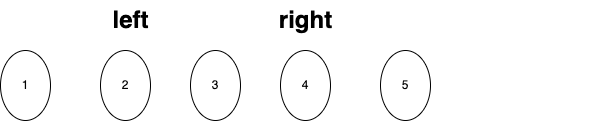
Before: 反转链表.drawio.png, a diagram exported from draw.io (Carolzhangzz/LeetCode_Data-Structure_and_Algorithm). Source tidied: cells renumbered, new cells last; positions are measured from the earlier drawing's top-left corner, leaving out a move shared by most shapes. The source it was exported from:
```xml
<mxGraphModel>
  <root>
    <mxCell id="0" />
    <mxCell id="1" parent="0" />
    <mxCell id="2" value="1" style="ellipse;whiteSpace=wrap;html=1;" parent="1" vertex="1">
      <mxGeometry y="50" width="50" height="70" as="geometry" />
    </mxCell>
    <mxCell id="3" value="2" style="ellipse;whiteSpace=wrap;html=1;" parent="1" vertex="1">
      <mxGeometry x="100" y="50" width="50" height="70" as="geometry" />
    </mxCell>
    <mxCell id="4" value="3" style="ellipse;whiteSpace=wrap;html=1;" parent="1" vertex="1">
      <mxGeometry x="190" y="50" width="50" height="70" as="geometry" />
    </mxCell>
    <mxCell id="5" value="4" style="ellipse;whiteSpace=wrap;html=1;" parent="1" vertex="1">
      <mxGeometry x="280" y="50" width="50" height="70" as="geometry" />
    </mxCell>
    <mxCell id="6" value="5" style="ellipse;whiteSpace=wrap;html=1;" parent="1" vertex="1">
      <mxGeometry x="380" y="50" width="50" height="70" as="geometry" />
    </mxCell>
    <mxCell id="7" value="left" style="text;strokeColor=none;fillColor=none;html=1;fontSize=24;fontStyle=1;verticalAlign=middle;align=center;" parent="1" vertex="1">
      <mxGeometry x="80" width="100" height="40" as="geometry" />
    </mxCell>
    <mxCell id="8" value="right" style="text;strokeColor=none;fillColor=none;html=1;fontSize=24;fontStyle=1;verticalAlign=middle;align=center;" parent="1" vertex="1">
      <mxGeometry x="255" width="100" height="40" as="geometry" />
    </mxCell>
    <mxCell id="9" value="&lt;div&gt;&lt;br&gt;&lt;/div&gt;" style="text;html=1;align=center;verticalAlign=middle;whiteSpace=wrap;rounded=0;" parent="1" vertex="1">
      <mxGeometry x="530" y="30" width="60" height="30" as="geometry" />
    </mxCell>
  </root>
</mxGraphModel>
```
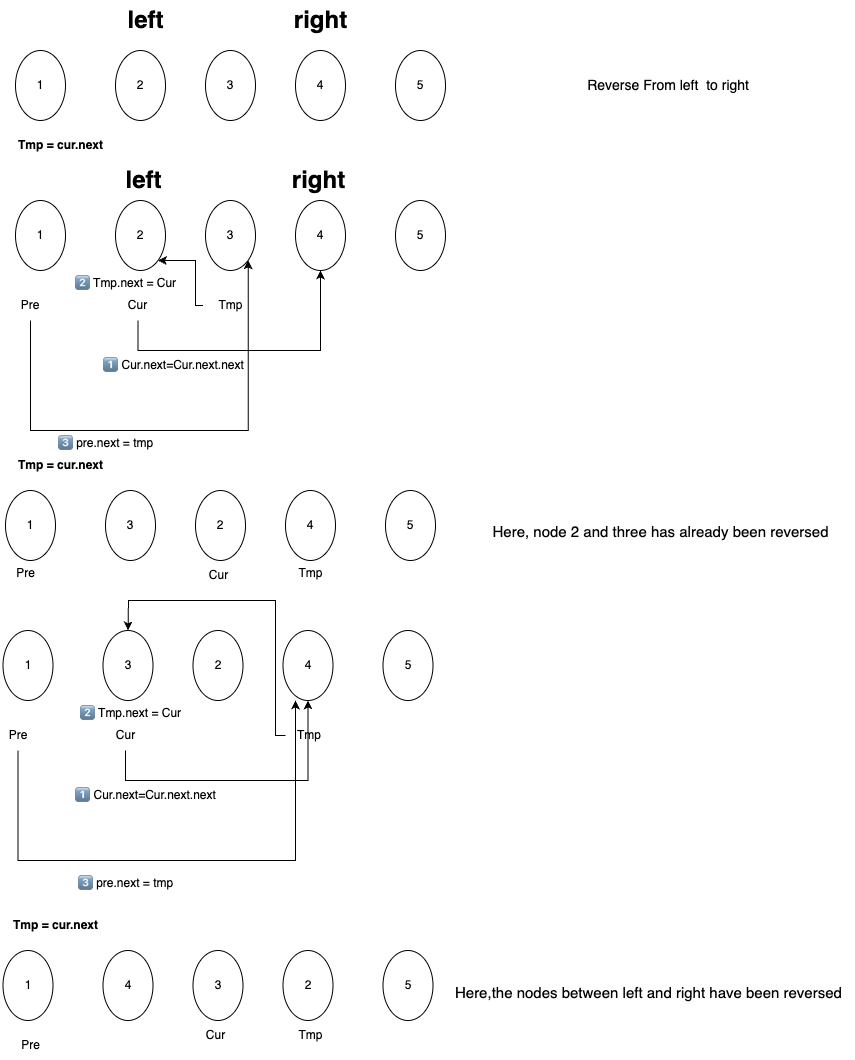
After the commit.

Commit message:
已添加 反转链表.drawio.png

The edit, as a diff of the source:
```diff
@@ -23,8 +23,192 @@
     <mxCell id="8" value="right" style="text;strokeColor=none;fillColor=none;html=1;fontSize=24;fontStyle=1;verticalAlign=middle;align=center;" parent="1" vertex="1">
       <mxGeometry x="255" width="100" height="40" as="geometry" />
     </mxCell>
-    <mxCell id="9" value="&lt;div&gt;&lt;br&gt;&lt;/div&gt;" style="text;html=1;align=center;verticalAlign=middle;whiteSpace=wrap;rounded=0;" parent="1" vertex="1">
-      <mxGeometry x="530" y="30" width="60" height="30" as="geometry" />
+    <mxCell id="9" value="&lt;div&gt;&lt;font style=&quot;font-size: 14px;&quot;&gt;Reverse From left&amp;nbsp; to right&amp;nbsp;&lt;/font&gt;&lt;/div&gt;" style="text;html=1;align=center;verticalAlign=middle;whiteSpace=wrap;rounded=0;" parent="1" vertex="1">
+      <mxGeometry x="540" y="70" width="230" height="30" as="geometry" />
     </mxCell>
+    <mxCell id="10" value="1" style="ellipse;whiteSpace=wrap;html=1;" parent="1" vertex="1">
+      <mxGeometry y="200" width="50" height="70" as="geometry" />
+    </mxCell>
+    <mxCell id="11" value="2" style="ellipse;whiteSpace=wrap;html=1;" parent="1" vertex="1">
+      <mxGeometry x="100" y="200" width="50" height="70" as="geometry" />
+    </mxCell>
+    <mxCell id="12" value="3" style="ellipse;whiteSpace=wrap;html=1;" parent="1" vertex="1">
+      <mxGeometry x="190" y="200" width="50" height="70" as="geometry" />
+    </mxCell>
+    <mxCell id="13" value="4" style="ellipse;whiteSpace=wrap;html=1;" parent="1" vertex="1">
+      <mxGeometry x="280" y="200" width="50" height="70" as="geometry" />
+    </mxCell>
+    <mxCell id="14" value="5" style="ellipse;whiteSpace=wrap;html=1;" parent="1" vertex="1">
+      <mxGeometry x="380" y="200" width="50" height="70" as="geometry" />
+    </mxCell>
+    <mxCell id="15" style="edgeStyle=orthogonalEdgeStyle;rounded=0;jettySize=auto;html=1;" parent="1" edge="1" source="16" target="13">
+      <mxGeometry relative="1" as="geometry">
+        <Array as="points">
+          <mxPoint x="123" y="350" />
+          <mxPoint x="305" y="350" />
+        </Array>
+      </mxGeometry>
+    </mxCell>
+    <mxCell id="16" value="Cur" style="text;html=1;align=center;verticalAlign=middle;whiteSpace=wrap;rounded=0;" parent="1" vertex="1">
+      <mxGeometry x="95" y="290" width="55" height="30" as="geometry" />
+    </mxCell>
+    <mxCell id="17" style="edgeStyle=orthogonalEdgeStyle;rounded=0;jettySize=auto;html=1;entryX=1;entryY=1;entryDx=0;entryDy=0;" parent="1" edge="1" source="18" target="12">
+      <mxGeometry relative="1" as="geometry">
+        <Array as="points">
+          <mxPoint x="15" y="430" />
+          <mxPoint x="233" y="430" />
+        </Array>
+      </mxGeometry>
+    </mxCell>
+    <mxCell id="18" value="Pre" style="text;html=1;align=center;verticalAlign=middle;whiteSpace=wrap;rounded=0;" parent="1" vertex="1">
+      <mxGeometry y="290" width="30" height="30" as="geometry" />
+    </mxCell>
+    <mxCell id="19" value="Tmp" style="text;html=1;align=center;verticalAlign=middle;whiteSpace=wrap;rounded=0;" parent="1" vertex="1">
+      <mxGeometry x="187.5" y="290" width="55" height="30" as="geometry" />
+    </mxCell>
+    <mxCell id="20" value="left" style="text;strokeColor=none;fillColor=none;html=1;fontSize=24;fontStyle=1;verticalAlign=middle;align=center;" parent="1" vertex="1">
+      <mxGeometry x="77.5" y="160" width="100" height="40" as="geometry" />
+    </mxCell>
+    <mxCell id="21" value="right" style="text;strokeColor=none;fillColor=none;html=1;fontSize=24;fontStyle=1;verticalAlign=middle;align=center;" parent="1" vertex="1">
+      <mxGeometry x="252.5" y="160" width="100" height="40" as="geometry" />
+    </mxCell>
+    <mxCell id="22" value="1️⃣ Cur.next=Cur.next.next" style="text;html=1;align=center;verticalAlign=middle;strokeColor=none;fillColor=none;" parent="1" vertex="1">
+      <mxGeometry x="77.5" y="350" width="160" height="30" as="geometry" />
+    </mxCell>
+    <mxCell id="23" style="edgeStyle=orthogonalEdgeStyle;rounded=0;jettySize=auto;html=1;" parent="1" edge="1" source="19" target="11">
+      <mxGeometry relative="1" as="geometry">
+        <Array as="points">
+          <mxPoint x="180" y="305" />
+          <mxPoint x="180" y="260" />
+        </Array>
+      </mxGeometry>
+    </mxCell>
+    <mxCell id="24" value="2️⃣ Tmp.next = Cur&lt;div&gt;&lt;br&gt;&lt;/div&gt;" style="text;html=1;align=center;verticalAlign=middle;strokeColor=none;fillColor=none;" parent="1" vertex="1">
+      <mxGeometry x="50" y="270" width="120" height="40" as="geometry" />
+    </mxCell>
+    <mxCell id="25" value="3️⃣ pre.next = tmp&lt;div&gt;&lt;br&gt;&lt;/div&gt;" style="text;html=1;align=center;verticalAlign=middle;strokeColor=none;fillColor=none;" parent="1" vertex="1">
+      <mxGeometry x="30" y="430" width="120" height="40" as="geometry" />
+    </mxCell>
+    <mxCell id="26" value="1" style="ellipse;whiteSpace=wrap;html=1;" parent="1" vertex="1">
+      <mxGeometry x="-10" y="490" width="50" height="70" as="geometry" />
+    </mxCell>
+    <mxCell id="27" value="3" style="ellipse;whiteSpace=wrap;html=1;" parent="1" vertex="1">
+      <mxGeometry x="90" y="490" width="50" height="70" as="geometry" />
+    </mxCell>
+    <mxCell id="28" value="2" style="ellipse;whiteSpace=wrap;html=1;" parent="1" vertex="1">
+      <mxGeometry x="180" y="490" width="50" height="70" as="geometry" />
+    </mxCell>
+    <mxCell id="29" value="4" style="ellipse;whiteSpace=wrap;html=1;" parent="1" vertex="1">
+      <mxGeometry x="270" y="490" width="50" height="70" as="geometry" />
+    </mxCell>
+    <mxCell id="30" value="5" style="ellipse;whiteSpace=wrap;html=1;" parent="1" vertex="1">
+      <mxGeometry x="370" y="490" width="50" height="70" as="geometry" />
+    </mxCell>
+    <mxCell id="31" value="Pre" style="text;html=1;align=center;verticalAlign=middle;strokeColor=none;fillColor=none;" parent="1" vertex="1">
+      <mxGeometry x="-10" y="558" width="40" height="30" as="geometry" />
+    </mxCell>
+    <mxCell id="32" value="Tmp" style="text;html=1;align=center;verticalAlign=middle;strokeColor=none;fillColor=none;" parent="1" vertex="1">
+      <mxGeometry x="270" y="558" width="50" height="30" as="geometry" />
+    </mxCell>
+    <mxCell id="33" value="Cur" style="text;html=1;align=center;verticalAlign=middle;strokeColor=none;fillColor=none;" parent="1" vertex="1">
+      <mxGeometry x="182.5" y="560" width="40" height="30" as="geometry" />
+    </mxCell>
+    <mxCell id="34" value="&lt;b&gt;Tmp = cur.next&lt;/b&gt;" style="text;html=1;align=center;verticalAlign=middle;strokeColor=none;fillColor=none;" parent="1" vertex="1">
+      <mxGeometry x="-10" y="130" width="110" height="30" as="geometry" />
+    </mxCell>
+    <mxCell id="35" value="&lt;b&gt;Tmp = cur.next&lt;/b&gt;" style="text;html=1;align=center;verticalAlign=middle;strokeColor=none;fillColor=none;" parent="1" vertex="1">
+      <mxGeometry x="-10" y="450" width="110" height="30" as="geometry" />
+    </mxCell>
+    <mxCell id="36" value="&lt;font style=&quot;font-size: 15px;&quot;&gt;Here, node 2 and three has already been reversed&lt;/font&gt;&lt;div style=&quot;font-size: 15px;&quot;&gt;&lt;br&gt;&lt;/div&gt;" style="text;html=1;align=center;verticalAlign=middle;strokeColor=none;fillColor=none;" parent="1" vertex="1">
+      <mxGeometry x="465" y="515" width="360" height="50" as="geometry" />
+    </mxCell>
+    <mxCell id="37" value="1" style="ellipse;whiteSpace=wrap;html=1;" parent="1" vertex="1">
+      <mxGeometry x="-12.5" y="630" width="50" height="70" as="geometry" />
+    </mxCell>
+    <mxCell id="38" value="3" style="ellipse;whiteSpace=wrap;html=1;" parent="1" vertex="1">
+      <mxGeometry x="87.5" y="630" width="50" height="70" as="geometry" />
+    </mxCell>
+    <mxCell id="39" value="2" style="ellipse;whiteSpace=wrap;html=1;" parent="1" vertex="1">
+      <mxGeometry x="177.5" y="630" width="50" height="70" as="geometry" />
+    </mxCell>
+    <mxCell id="40" value="4" style="ellipse;whiteSpace=wrap;html=1;" parent="1" vertex="1">
+      <mxGeometry x="267.5" y="630" width="50" height="70" as="geometry" />
+    </mxCell>
+    <mxCell id="41" value="5" style="ellipse;whiteSpace=wrap;html=1;" parent="1" vertex="1">
+      <mxGeometry x="367.5" y="630" width="50" height="70" as="geometry" />
+    </mxCell>
+    <mxCell id="42" style="edgeStyle=orthogonalEdgeStyle;rounded=0;jettySize=auto;html=1;" parent="1" edge="1" source="43" target="40">
+      <mxGeometry relative="1" as="geometry">
+        <Array as="points">
+          <mxPoint x="110.5" y="780" />
+          <mxPoint x="292.5" y="780" />
+        </Array>
+      </mxGeometry>
+    </mxCell>
+    <mxCell id="43" value="Cur" style="text;html=1;align=center;verticalAlign=middle;whiteSpace=wrap;rounded=0;" parent="1" vertex="1">
+      <mxGeometry x="82.5" y="720" width="55" height="30" as="geometry" />
+    </mxCell>
+    <mxCell id="44" value="Pre" style="text;html=1;align=center;verticalAlign=middle;whiteSpace=wrap;rounded=0;" parent="1" vertex="1">
+      <mxGeometry x="-12.5" y="720" width="30" height="30" as="geometry" />
+    </mxCell>
+    <mxCell id="45" style="edgeStyle=orthogonalEdgeStyle;rounded=0;jettySize=auto;html=1;" parent="1" edge="1" source="46" target="38">
+      <mxGeometry relative="1" as="geometry">
+        <Array as="points">
+          <mxPoint x="260" y="735" />
+          <mxPoint x="260" y="600" />
+          <mxPoint x="113" y="600" />
+        </Array>
+      </mxGeometry>
+    </mxCell>
+    <mxCell id="46" value="Tmp" style="text;html=1;align=center;verticalAlign=middle;whiteSpace=wrap;rounded=0;" parent="1" vertex="1">
+      <mxGeometry x="270" y="720" width="47.5" height="30" as="geometry" />
+    </mxCell>
+    <mxCell id="47" value="1️⃣ Cur.next=Cur.next.next" style="text;html=1;align=center;verticalAlign=middle;strokeColor=none;fillColor=none;" parent="1" vertex="1">
+      <mxGeometry x="50" y="780" width="160" height="30" as="geometry" />
+    </mxCell>
+    <mxCell id="48" value="2️⃣ Tmp.next = Cur&lt;div&gt;&lt;br&gt;&lt;/div&gt;" style="text;html=1;align=center;verticalAlign=middle;strokeColor=none;fillColor=none;" parent="1" vertex="1">
+      <mxGeometry x="55" y="700" width="120" height="40" as="geometry" />
+    </mxCell>
+    <mxCell id="49" value="3️⃣ pre.next = tmp&lt;div&gt;&lt;br&gt;&lt;/div&gt;" style="text;html=1;align=center;verticalAlign=middle;strokeColor=none;fillColor=none;" parent="1" vertex="1">
+      <mxGeometry x="50" y="870" width="120" height="40" as="geometry" />
+    </mxCell>
+    <mxCell id="50" style="edgeStyle=orthogonalEdgeStyle;rounded=0;jettySize=auto;html=1;entryX=0.25;entryY=1;entryDx=0;entryDy=0;entryPerimeter=0;" parent="1" edge="1" source="44" target="40">
+      <mxGeometry relative="1" as="geometry">
+        <Array as="points">
+          <mxPoint x="3" y="860" />
+          <mxPoint x="280" y="860" />
+        </Array>
+      </mxGeometry>
+    </mxCell>
+    <mxCell id="51" value="1" style="ellipse;whiteSpace=wrap;html=1;" parent="1" vertex="1">
+      <mxGeometry x="-12.5" y="950" width="50" height="70" as="geometry" />
+    </mxCell>
+    <mxCell id="52" value="4" style="ellipse;whiteSpace=wrap;html=1;" parent="1" vertex="1">
+      <mxGeometry x="87.5" y="950" width="50" height="70" as="geometry" />
+    </mxCell>
+    <mxCell id="53" value="3" style="ellipse;whiteSpace=wrap;html=1;" parent="1" vertex="1">
+      <mxGeometry x="177.5" y="950" width="50" height="70" as="geometry" />
+    </mxCell>
+    <mxCell id="54" value="2" style="ellipse;whiteSpace=wrap;html=1;" parent="1" vertex="1">
+      <mxGeometry x="267.5" y="950" width="50" height="70" as="geometry" />
+    </mxCell>
+    <mxCell id="55" value="5" style="ellipse;whiteSpace=wrap;html=1;" parent="1" vertex="1">
+      <mxGeometry x="367.5" y="950" width="50" height="70" as="geometry" />
+    </mxCell>
+    <mxCell id="56" value="Pre" style="text;html=1;align=center;verticalAlign=middle;strokeColor=none;fillColor=none;" parent="1" vertex="1">
+      <mxGeometry x="-5" y="1030" width="40" height="30" as="geometry" />
+    </mxCell>
+    <mxCell id="57" value="Tmp" style="text;html=1;align=center;verticalAlign=middle;strokeColor=none;fillColor=none;" parent="1" vertex="1">
+      <mxGeometry x="270" y="1020" width="50" height="30" as="geometry" />
+    </mxCell>
+    <mxCell id="58" value="Cur" style="text;html=1;align=center;verticalAlign=middle;strokeColor=none;fillColor=none;" parent="1" vertex="1">
+      <mxGeometry x="180" y="1020" width="40" height="30" as="geometry" />
+    </mxCell>
+    <mxCell id="59" value="&lt;b&gt;Tmp = cur.next&lt;/b&gt;" style="text;html=1;align=center;verticalAlign=middle;strokeColor=none;fillColor=none;" parent="1" vertex="1">
+      <mxGeometry x="-15" y="910" width="110" height="30" as="geometry" />
+    </mxCell>
+    <mxCell id="60" value="&lt;font style=&quot;font-size: 15px;&quot;&gt;Here,the nodes between left and right have been reversed&amp;nbsp;&lt;/font&gt;&lt;div style=&quot;font-size: 15px;&quot;&gt;&lt;font style=&quot;font-size: 15px;&quot;&gt;&lt;br&gt;&lt;/font&gt;&lt;div&gt;&lt;br&gt;&lt;/div&gt;&lt;/div&gt;" style="text;html=1;align=center;verticalAlign=middle;strokeColor=none;fillColor=none;" parent="1" vertex="1">
+      <mxGeometry x="430" y="975" width="410" height="70" as="geometry" />
+    </mxCell>
   </root>
 </mxGraphModel>
```
